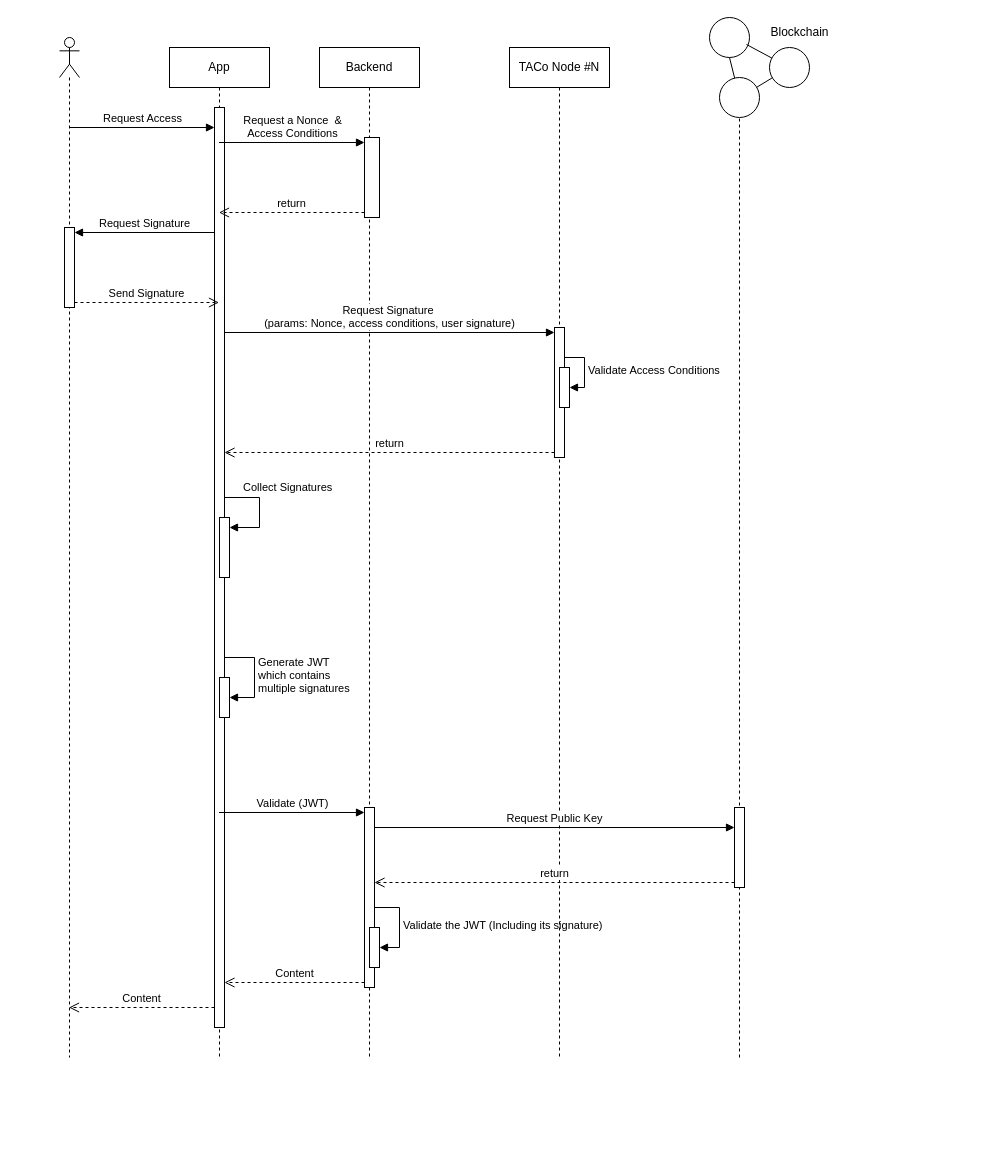
Earlier version of the draw.io diagram JWT with custom JOSE for BLS algo.drawio (Muhammad-Altabba/taco-docs). Source tidied: cells renumbered, new cells numbered last; positions are measured from the earlier drawing's top-left corner, leaving out a move shared by most shapes. Both pictures are drawn from the tidied source at 100%, with x=0, y=0 at pixel (59, 17).
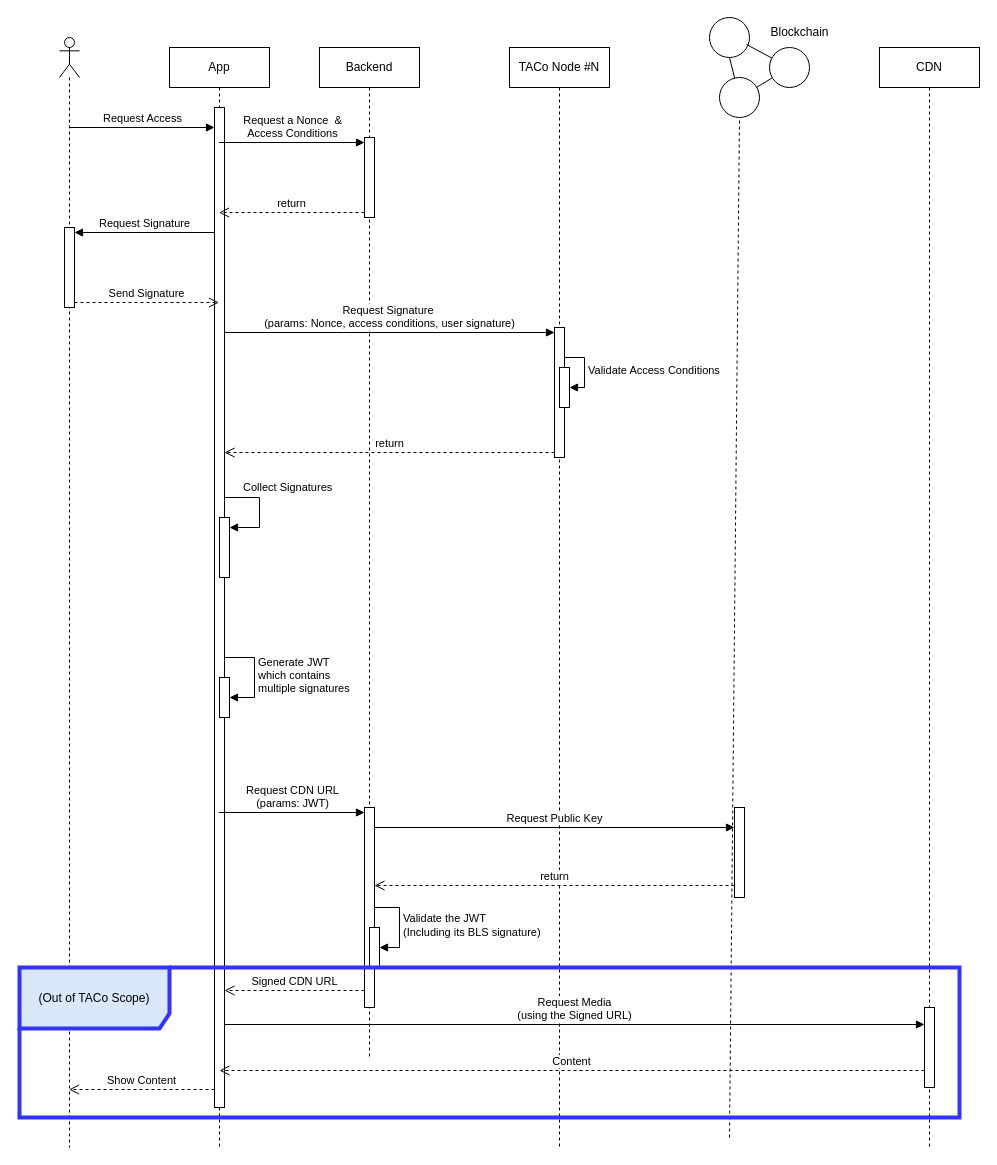
After the change.

Unchanged cells that the change refers to:
```xml
<mxCell id="8" value="Backend" style="shape=umlLifeline;perimeter=lifelinePerimeter;whiteSpace=wrap;html=1;newEdgeStyle={&quot;curved&quot;:0,&quot;rounded&quot;:0};" parent="1" vertex="1">
  <mxGeometry x="260" y="30" width="100" height="1010" as="geometry" />
</mxCell>
<mxCell id="11" style="html=1;points=[[0,0,0,0,5],[0,1,0,0,-5],[1,0,0,0,5],[1,1,0,0,-5]];perimeter=orthogonalPerimeter;outlineConnect=0;targetShapes=umlLifeline;portConstraint=eastwest;newEdgeStyle={&quot;curved&quot;:0,&quot;rounded&quot;:0};" parent="8" vertex="1">
  <mxGeometry x="50" y="880" width="10" height="40" as="geometry" />
</mxCell>
<mxCell id="30" style="ellipse;whiteSpace=wrap;html=1;" parent="29" vertex="1">
  <mxGeometry x="10" y="60" width="40" height="40" as="geometry" />
</mxCell>
```

Diff of the diagram source:
```diff
@@
     <mxCell id="2" value="App" style="shape=umlLifeline;perimeter=lifelinePerimeter;whiteSpace=wrap;html=1;outlineConnect=0;portConstraint=eastwest;newEdgeStyle={&quot;curved&quot;:0,&quot;rounded&quot;:0};" parent="1" vertex="1">
-      <mxGeometry x="110" y="30" width="100" height="1010" as="geometry" />
+      <mxGeometry x="110" y="30" width="100" height="1100" as="geometry" />
     </mxCell>
     <mxCell id="3" style="html=1;points=[[0,0,0,0,5],[0,1,0,0,-5],[1,0,0,0,5],[1,1,0,0,-5]];perimeter=orthogonalPerimeter;outlineConnect=0;targetShapes=umlLifeline;portConstraint=eastwest;newEdgeStyle={&quot;curved&quot;:0,&quot;rounded&quot;:0};" parent="2" vertex="1">
-      <mxGeometry x="45" y="60" width="10" height="920" as="geometry" />
+      <mxGeometry x="45" y="60" width="10" height="1000" as="geometry" />
     </mxCell>
@@
     <mxCell id="9" style="html=1;points=[[0,0,0,0,5],[0,1,0,0,-5],[1,0,0,0,5],[1,1,0,0,-5]];perimeter=orthogonalPerimeter;outlineConnect=0;targetShapes=umlLifeline;portConstraint=eastwest;newEdgeStyle={&quot;curved&quot;:0,&quot;rounded&quot;:0};" parent="8" vertex="1">
-      <mxGeometry x="45" y="90" width="15" height="80" as="geometry" />
+      <mxGeometry x="45" y="90" width="10" height="80" as="geometry" />
     </mxCell>
     <mxCell id="10" style="html=1;points=[[0,0,0,0,5],[0,1,0,0,-5],[1,0,0,0,5],[1,1,0,0,-5]];perimeter=orthogonalPerimeter;outlineConnect=0;targetShapes=umlLifeline;portConstraint=eastwest;newEdgeStyle={&quot;curved&quot;:0,&quot;rounded&quot;:0};" parent="8" vertex="1">
-      <mxGeometry x="45" y="760" width="10" height="180" as="geometry" />
+      <mxGeometry x="45" y="760" width="10" height="200" as="geometry" />
     </mxCell>
@@
-    <mxCell id="12" value="Validate the JWT (Including its signature)" style="html=1;align=left;spacingLeft=2;endArrow=block;rounded=0;edgeStyle=orthogonalEdgeStyle;curved=0;rounded=0;" parent="8" edge="1" source="10" target="11">
+    <mxCell id="12" value="Validate the JWT&lt;div&gt;(Including its BLS signature)&lt;/div&gt;" style="html=1;align=left;spacingLeft=2;endArrow=block;rounded=0;edgeStyle=orthogonalEdgeStyle;curved=0;rounded=0;" parent="8" edge="1" source="10" target="11">
       <mxGeometry relative="1" as="geometry">
         <Array as="points">
           <mxPoint x="80" y="860" />
           <mxPoint x="80" y="900" />
         </Array>
       </mxGeometry>
     </mxCell>
     <mxCell id="13" style="shape=umlLifeline;perimeter=lifelinePerimeter;whiteSpace=wrap;html=1;outlineConnect=0;portConstraint=eastwest;newEdgeStyle={&quot;curved&quot;:0,&quot;rounded&quot;:0};participant=umlActor;" parent="1" vertex="1">
-      <mxGeometry y="20" width="20" height="1020" as="geometry" />
+      <mxGeometry y="20" width="20" height="1110" as="geometry" />
     </mxCell>
@@
     <mxCell id="17" value="TACo Node #N" style="shape=umlLifeline;perimeter=lifelinePerimeter;whiteSpace=wrap;html=1;newEdgeStyle={&quot;curved&quot;:0,&quot;rounded&quot;:0};" parent="1" vertex="1">
-      <mxGeometry x="450" y="30" width="100" height="1010" as="geometry" />
+      <mxGeometry x="450" y="30" width="100" height="1100" as="geometry" />
     </mxCell>
@@
-    <mxCell id="26" value="Validate (JWT)" style="html=1;verticalAlign=bottom;endArrow=block;curved=0;rounded=0;entryX=0;entryY=0;entryDx=0;entryDy=5;" parent="1" edge="1" source="2" target="10">
+    <mxCell id="26" value="Request CDN URL&lt;div&gt;(params: JWT)&lt;/div&gt;" style="html=1;verticalAlign=bottom;endArrow=block;curved=0;rounded=0;entryX=0;entryY=0;entryDx=0;entryDy=5;" parent="1" edge="1" source="2" target="10">
       <mxGeometry relative="1" as="geometry" />
     </mxCell>
-    <mxCell id="27" value="Content" style="html=1;verticalAlign=bottom;endArrow=open;dashed=1;endSize=8;curved=0;rounded=0;exitX=0;exitY=1;exitDx=0;exitDy=-5;" parent="1" edge="1" source="10" target="3">
-      <mxGeometry relative="1" as="geometry" />
+    <mxCell id="27" value="Signed CDN URL" style="html=1;verticalAlign=bottom;endArrow=open;dashed=1;endSize=8;curved=0;rounded=0;exitX=0;exitY=1;exitDx=0;exitDy=-5;" parent="1" edge="1">
+      <mxGeometry relative="1" as="geometry">
+        <mxPoint x="305" y="973" as="sourcePoint" />
+        <mxPoint x="165" y="973" as="targetPoint" />
+      </mxGeometry>
     </mxCell>
     <mxCell id="28" style="endArrow=none;dashed=1;html=1;rounded=0;entryX=0.5;entryY=1;entryDx=0;entryDy=0;" parent="1" edge="1" target="30">
       <mxGeometry relative="1" as="geometry">
-        <mxPoint x="680" y="1040" as="sourcePoint" />
+        <mxPoint x="670" y="1120" as="sourcePoint" />
       </mxGeometry>
     </mxCell>
@@
     <mxCell id="37" style="html=1;points=[[0,0,0,0,5],[0,1,0,0,-5],[1,0,0,0,5],[1,1,0,0,-5]];perimeter=orthogonalPerimeter;outlineConnect=0;targetShapes=umlLifeline;portConstraint=eastwest;newEdgeStyle={&quot;curved&quot;:0,&quot;rounded&quot;:0};" parent="1" vertex="1">
-      <mxGeometry x="675" y="790" width="10" height="80" as="geometry" />
+      <mxGeometry x="675" y="790" width="10" height="90" as="geometry" />
     </mxCell>
@@
-    <mxCell id="39" value="return" style="html=1;verticalAlign=bottom;endArrow=open;dashed=1;endSize=8;curved=0;rounded=0;exitX=0;exitY=1;exitDx=0;exitDy=-5;" parent="1" edge="1" source="37" target="10">
-      <mxGeometry relative="1" as="geometry" />
+    <mxCell id="39" value="return" style="html=1;verticalAlign=bottom;endArrow=open;dashed=1;endSize=8;curved=0;rounded=0;exitX=0;exitY=1;exitDx=0;exitDy=-5;" parent="1" edge="1">
+      <mxGeometry relative="1" as="geometry">
+        <mxPoint x="675" y="868" as="sourcePoint" />
+        <mxPoint x="315" y="868" as="targetPoint" />
+      </mxGeometry>
     </mxCell>
+    <mxCell id="41" value="CDN" style="shape=umlLifeline;perimeter=lifelinePerimeter;whiteSpace=wrap;html=1;newEdgeStyle={&quot;curved&quot;:0,&quot;rounded&quot;:0};" parent="1" vertex="1">
+      <mxGeometry x="820" y="30" width="100" height="1100" as="geometry" />
+    </mxCell>
+    <mxCell id="42" value="Show Content" style="html=1;verticalAlign=bottom;endArrow=open;dashed=1;endSize=8;curved=0;rounded=0;" parent="1" edge="1">
+      <mxGeometry relative="1" as="geometry">
+        <mxPoint x="155" y="1072" as="sourcePoint" />
+        <mxPoint x="9.5" y="1072" as="targetPoint" />
+      </mxGeometry>
+    </mxCell>
+    <mxCell id="43" style="html=1;points=[[0,0,0,0,5],[0,1,0,0,-5],[1,0,0,0,5],[1,1,0,0,-5]];perimeter=orthogonalPerimeter;outlineConnect=0;targetShapes=umlLifeline;portConstraint=eastwest;newEdgeStyle={&quot;curved&quot;:0,&quot;rounded&quot;:0};" parent="1" vertex="1">
+      <mxGeometry x="865" y="990" width="10" height="80" as="geometry" />
+    </mxCell>
+    <mxCell id="44" value="Request Media&lt;div&gt;(using the Signed URL)&lt;/div&gt;" style="html=1;verticalAlign=bottom;endArrow=block;curved=0;rounded=0;" parent="1" edge="1" target="43">
+      <mxGeometry relative="1" as="geometry">
+        <mxPoint x="165" y="1007" as="sourcePoint" />
+      </mxGeometry>
+    </mxCell>
-    <mxCell id="40" value="Content" style="html=1;verticalAlign=bottom;endArrow=open;dashed=1;endSize=8;curved=0;rounded=0;" parent="1" edge="1" source="3" target="13">
+    <mxCell id="40" value="Content" style="html=1;verticalAlign=bottom;endArrow=open;dashed=1;endSize=8;curved=0;rounded=0;" parent="1" edge="1" source="43">
       <mxGeometry relative="1" as="geometry">
+        <mxPoint x="160" y="1053" as="targetPoint" />
         <Array as="points">
-          <mxPoint x="80" y="990" />
+          <mxPoint x="510" y="1053" />
         </Array>
       </mxGeometry>
     </mxCell>
+    <mxCell id="45" value="&lt;div&gt;(Out of TACo Scope)&lt;/div&gt;" style="shape=umlFrame;whiteSpace=wrap;html=1;width=150;height=61;fillColor=#dae8fc;strokeColor=#3333FF;strokeWidth=4;" parent="1" vertex="1">
+      <mxGeometry x="-40" y="950" width="940" height="150" as="geometry" />
+    </mxCell>
```
